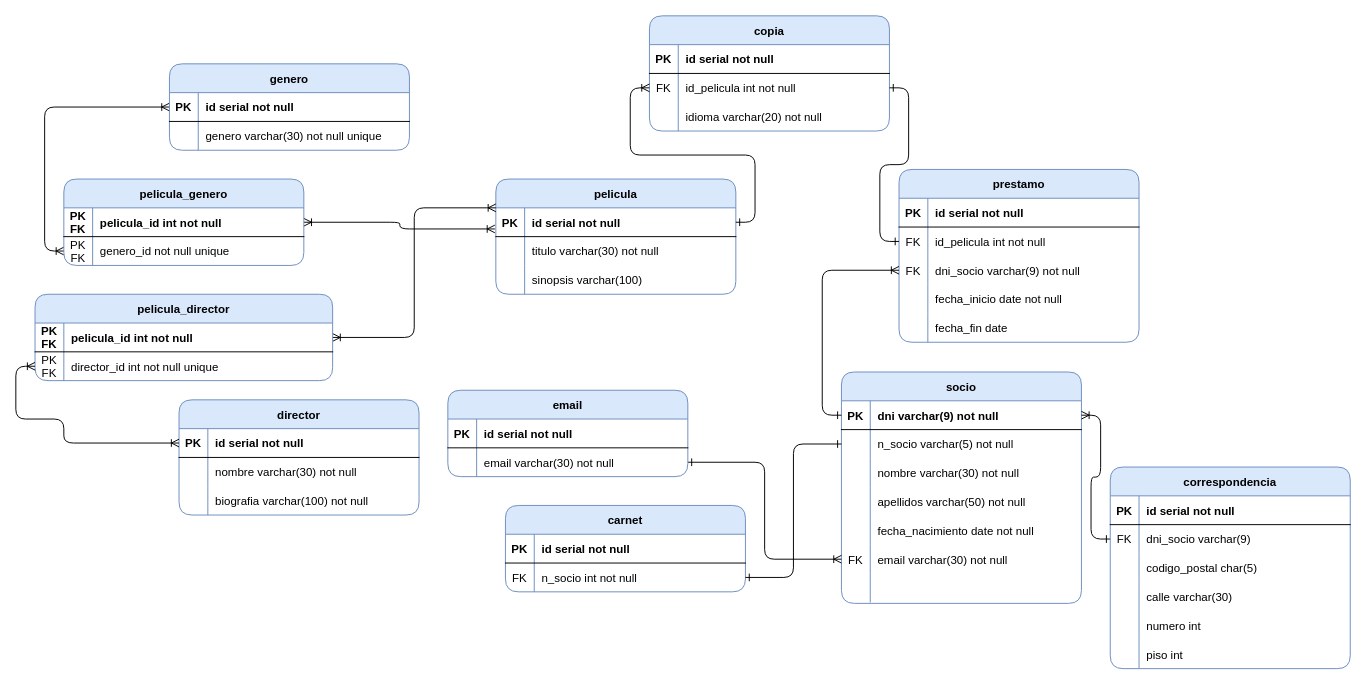
This is videoclub.drawio from kc-proyects/modelado-de-datos-y-sql-hbp, a draw.io file, before an edit. Source tidied: cells renumbered, new cells numbered last; positions are measured from the earlier drawing's top-left corner, leaving out a move shared by most shapes. Both pictures are drawn from the tidied source at 96%, with x=0, y=0 at pixel (15, 15).
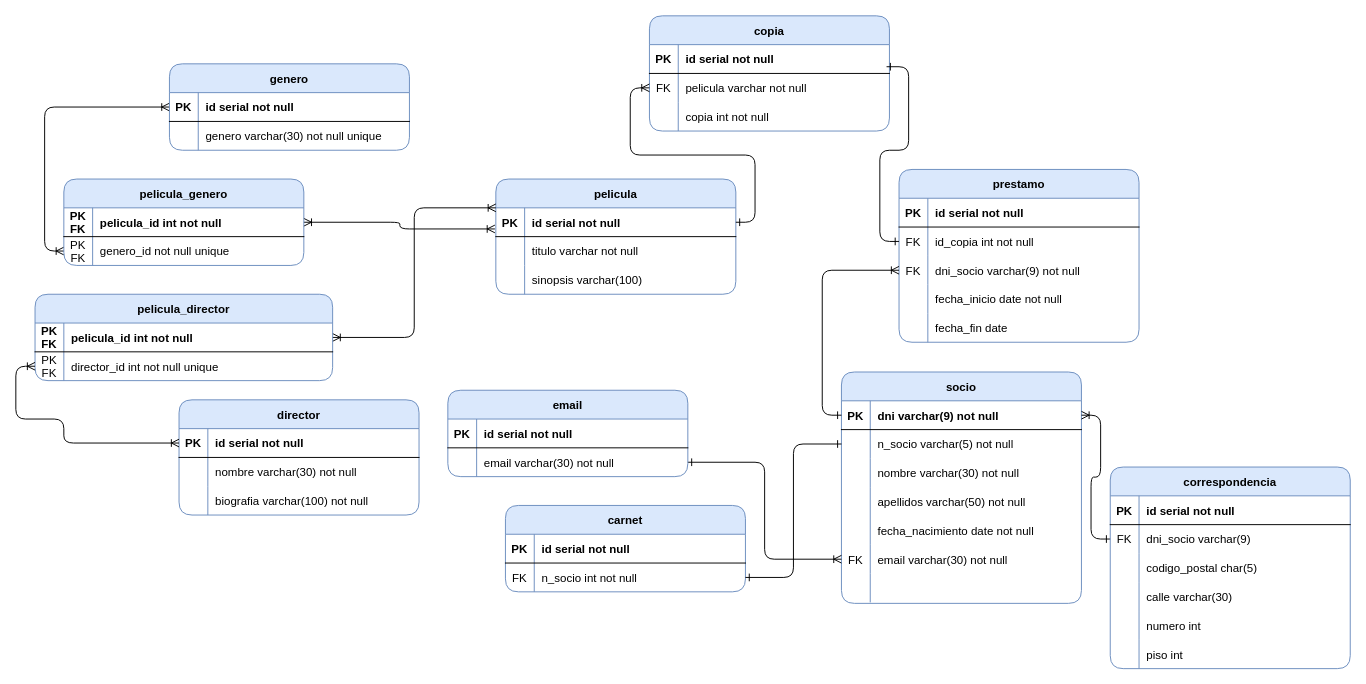
After the change.

The change refers to these unchanged cells:
```xml
<mxCell id="28" style="shape=partialRectangle;fillColor=none;top=0;left=0;right=0;bottom=0;rounded=1;" parent="24" vertex="1">
  <mxGeometry y="60" width="250" height="30" as="geometry" />
</mxCell>
<mxCell id="35" style="shape=partialRectangle;fillColor=none;points=[[0,0.5],[1,0.5]];portConstraint=eastwest;top=0;left=0;right=0;bottom=1;rounded=1;" parent="34" vertex="1">
  <mxGeometry y="30" width="250" height="30" as="geometry" />
</mxCell>
<mxCell id="38" style="shape=partialRectangle;fillColor=none;points=[[0,0.5],[1,0.5]];portConstraint=eastwest;top=0;left=0;right=0;bottom=0;rounded=1;" parent="34" vertex="1">
  <mxGeometry y="60" width="250" height="30" as="geometry" />
</mxCell>
<mxCell id="41" style="shape=partialRectangle;fillColor=none;top=0;left=0;right=0;bottom=0;rounded=1;" parent="34" vertex="1">
  <mxGeometry y="90" width="250" height="30" as="geometry" />
</mxCell>
<mxCell id="50" style="shape=partialRectangle;fillColor=none;points=[[0,0.5],[1,0.5]];portConstraint=eastwest;top=0;left=0;right=0;bottom=0;rounded=1;" parent="46" vertex="1">
  <mxGeometry y="60" width="250" height="30" as="geometry" />
</mxCell>
```

What changed in the source:
```diff
@@
-    <mxCell id="30" value="titulo varchar(30) not null" style="shape=partialRectangle;overflow=hidden;fillColor=none;top=0;left=0;bottom=0;right=0;align=left;spacingLeft=6;rounded=1;" parent="28" vertex="1">
+    <mxCell id="30" value="titulo varchar not null" style="shape=partialRectangle;overflow=hidden;fillColor=none;top=0;left=0;bottom=0;right=0;align=left;spacingLeft=6;rounded=1;" parent="28" vertex="1">
       <mxGeometry x="30" width="220" height="30" as="geometry" />
     </mxCell>
@@
-    <mxCell id="40" value="id_pelicula int not null" style="shape=partialRectangle;overflow=hidden;fillColor=none;top=0;left=0;bottom=0;right=0;align=left;spacingLeft=6;rounded=1;" parent="38" vertex="1">
+    <mxCell id="40" value="pelicula varchar not null" style="shape=partialRectangle;overflow=hidden;fillColor=none;top=0;left=0;bottom=0;right=0;align=left;spacingLeft=6;rounded=1;" parent="38" vertex="1">
       <mxGeometry x="30" width="220" height="30" as="geometry" />
     </mxCell>
@@
-    <mxCell id="43" value="idioma varchar(20) not null" style="shape=partialRectangle;overflow=hidden;fillColor=none;top=0;left=0;bottom=0;right=0;align=left;spacingLeft=6;rounded=1;" parent="41" vertex="1">
+    <mxCell id="43" value="copia int not null" style="shape=partialRectangle;overflow=hidden;fillColor=none;top=0;left=0;bottom=0;right=0;align=left;spacingLeft=6;rounded=1;" parent="41" vertex="1">
       <mxGeometry x="30" width="220" height="30" as="geometry" />
     </mxCell>
@@
-    <mxCell id="52" value="id_pelicula int not null" style="shape=partialRectangle;overflow=hidden;fillColor=none;top=0;left=0;bottom=0;right=0;align=left;spacingLeft=6;rounded=1;" parent="50" vertex="1">
+    <mxCell id="52" value="id_copia int not null" style="shape=partialRectangle;overflow=hidden;fillColor=none;top=0;left=0;bottom=0;right=0;align=left;spacingLeft=6;rounded=1;" parent="50" vertex="1">
       <mxGeometry x="30" width="220" height="30" as="geometry" />
     </mxCell>
@@
-    <mxCell id="62" style="edgeStyle=orthogonalEdgeStyle;rounded=1;jettySize=auto;html=1;endArrow=ERone;endFill=0;startArrow=ERone;startFill=0;" parent="1" edge="1" source="38" target="50">
+    <mxCell id="62" style="edgeStyle=orthogonalEdgeStyle;rounded=1;jettySize=auto;html=1;endArrow=ERone;endFill=0;startArrow=ERone;startFill=0;exitX=0.988;exitY=0.767;exitDx=0;exitDy=0;exitPerimeter=0;" parent="1" edge="1" source="35" target="50">
       <mxGeometry relative="1" as="geometry" />
     </mxCell>
```
